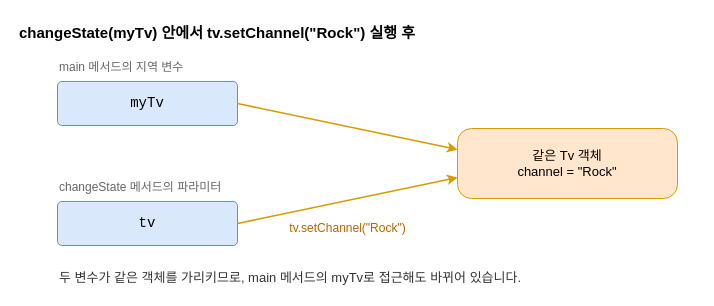
benelog/blog keeps this draw.io diagram as src/content/img/call-by-value/java-mutation.drawio. Above is the earlier version. Source tidied: cells renumbered, new cells numbered last; positions are measured from the earlier drawing's top-left corner, leaving out a move shared by most shapes. Both pictures are drawn from the tidied source at 100%, with x=0, y=0 at pixel (17, 17).
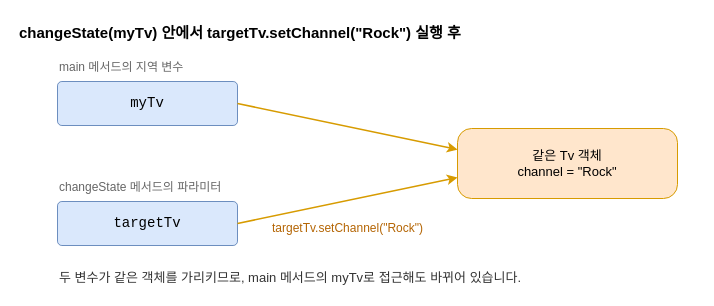
After the change.

Commit message (it also covers changes not shown here):
call-by-value 글의 changeState 파라미터 이름 변경

reassign과 같은 기준으로 changeState 메서드의 파라미터 tv도
targetTv로 바꿨다. Java, Kotlin, JavaScript, Python 예제와 설명 문장,
java-mutation 다이어그램과 PNG를 함께 갱신했다.

The edit, as a diff of the source:
```diff
@@
 <mxGraphModel background="#ffffff">
   <root>
     <mxCell id="0" />
     <mxCell id="1" parent="0" />
-    <mxCell id="2" value="changeState(myTv) 안에서 tv.setChannel(&quot;Rock&quot;) 실행 후" style="text;html=1;fontSize=15;fontStyle=1;align=left;verticalAlign=middle;" parent="1" vertex="1">
+    <mxCell id="2" value="changeState(myTv) 안에서 targetTv.setChannel(&quot;Rock&quot;) 실행 후" style="text;html=1;fontSize=15;fontStyle=1;align=left;verticalAlign=middle;" parent="1" vertex="1">
       <mxGeometry width="600" height="30" as="geometry" />
     </mxCell>
     <mxCell id="3" value="main 메서드의 지역 변수" style="text;html=1;fontSize=12;fontColor=#666666;align=left;verticalAlign=middle;" parent="1" vertex="1">
       <mxGeometry x="40" y="40" width="240" height="20" as="geometry" />
     </mxCell>
     <mxCell id="4" value="myTv" style="rounded=1;arcSize=10;whiteSpace=wrap;html=1;fontSize=14;fontFamily=Courier New;fillColor=#dae8fc;strokeColor=#6c8ebf;" parent="1" vertex="1">
       <mxGeometry x="40" y="64" width="180" height="44" as="geometry" />
     </mxCell>
     <mxCell id="5" value="changeState 메서드의 파라미터" style="text;html=1;fontSize=12;fontColor=#666666;align=left;verticalAlign=middle;" parent="1" vertex="1">
       <mxGeometry x="40" y="160" width="260" height="20" as="geometry" />
     </mxCell>
-    <mxCell id="6" value="tv" style="rounded=1;arcSize=10;whiteSpace=wrap;html=1;fontSize=14;fontFamily=Courier New;fillColor=#dae8fc;strokeColor=#6c8ebf;" parent="1" vertex="1">
+    <mxCell id="6" value="targetTv" style="rounded=1;arcSize=10;whiteSpace=wrap;html=1;fontSize=14;fontFamily=Courier New;fillColor=#dae8fc;strokeColor=#6c8ebf;" parent="1" vertex="1">
       <mxGeometry x="40" y="184" width="180" height="44" as="geometry" />
     </mxCell>
     <mxCell id="7" value="같은 Tv 객체&lt;br&gt;channel = &quot;Rock&quot;" style="rounded=1;arcSize=20;whiteSpace=wrap;html=1;fontSize=13;fillColor=#ffe6cc;strokeColor=#d79b00;" parent="1" vertex="1">
       <mxGeometry x="440" y="111" width="220" height="70" as="geometry" />
     </mxCell>
     <mxCell id="8" style="html=1;fontSize=12;strokeColor=#d79b00;fontColor=#b46504;strokeWidth=1.5;labelBackgroundColor=#ffffff;endArrow=classic;exitX=1;exitY=0.5;entryX=0;entryY=0.3;" parent="1" edge="1" source="4" target="7">
       <mxGeometry relative="1" as="geometry">
         <mxPoint y="-12" as="offset" />
       </mxGeometry>
     </mxCell>
-    <mxCell id="9" value="tv.setChannel(&quot;Rock&quot;)" style="html=1;fontSize=12;strokeColor=#d79b00;fontColor=#b46504;strokeWidth=1.5;labelBackgroundColor=#ffffff;endArrow=classic;exitX=1;exitY=0.5;entryX=0;entryY=0.7;" parent="1" edge="1" source="6" target="7">
+    <mxCell id="9" value="targetTv.setChannel(&quot;Rock&quot;)" style="html=1;fontSize=12;strokeColor=#d79b00;fontColor=#b46504;strokeWidth=1.5;labelBackgroundColor=#ffffff;endArrow=classic;exitX=1;exitY=0.5;entryX=0;entryY=0.7;" parent="1" edge="1" source="6" target="7">
       <mxGeometry relative="1" as="geometry">
         <mxPoint y="28" as="offset" />
       </mxGeometry>
     </mxCell>
     <mxCell id="10" value="두 변수가 같은 객체를 가리키므로, main 메서드의 myTv로 접근해도 바뀌어 있습니다." style="text;html=1;fontSize=13;fontColor=#333333;align=left;verticalAlign=middle;whiteSpace=wrap;" parent="1" vertex="1">
       <mxGeometry x="40" y="248" width="640" height="24" as="geometry" />
     </mxCell>
   </root>
 </mxGraphModel>
```
